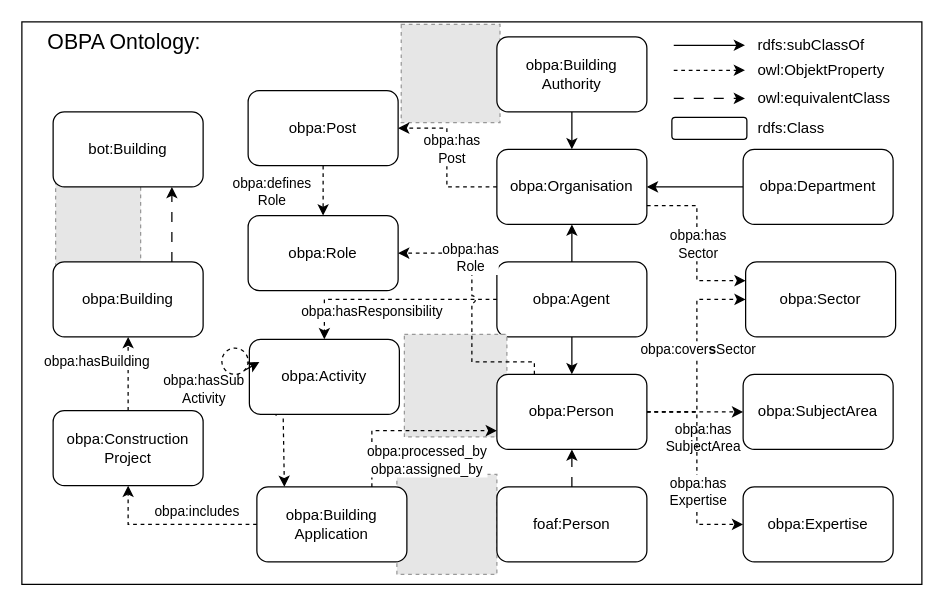
Earlier version of the draw.io diagram page "Seite-3" (3 of 3) of OBPA-Diagrams/OBPA_Overview.drawio (SebSeis/OBPA). Source tidied: cells renumbered, new cells numbered last; positions are measured from the earlier drawing's top-left corner, leaving out a move shared by most shapes. Both pictures are drawn from the tidied source at 125%, with x=0, y=0 at pixel (21, 21). Pictures stored in the file or linked from it are replaced by grey dashed boxes.
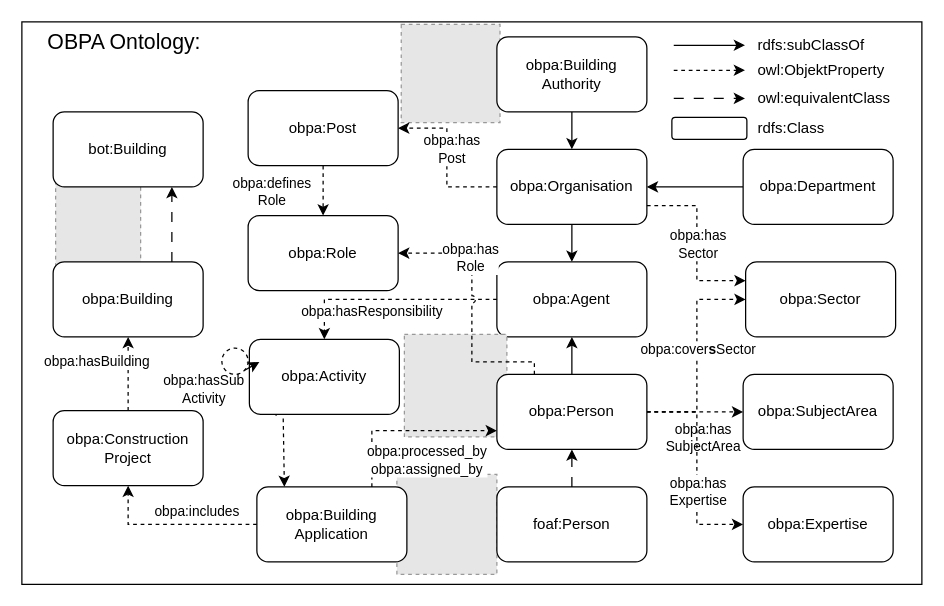
The same diagram, later.

Unchanged cells that the change refers to:
```xml
<mxCell id="7" value="obpa:Agent" style="rounded=1;whiteSpace=wrap;html=1;" parent="1" vertex="1">
  <mxGeometry x="380" y="192" width="120" height="60" as="geometry" />
</mxCell>
<mxCell id="32" value="obpa:Organisation" style="rounded=1;whiteSpace=wrap;html=1;" parent="1" vertex="1">
  <mxGeometry x="380" y="102" width="120" height="60" as="geometry" />
</mxCell>
<mxCell id="56" value="obpa:Person" style="rounded=1;whiteSpace=wrap;html=1;" parent="1" vertex="1">
  <mxGeometry x="380" y="282" width="120" height="60" as="geometry" />
</mxCell>
```

Change to the diagram source:
```diff
@@
-    <mxCell id="9" style="endArrow=classic;html=1;rounded=0;exitX=0.5;exitY=1;exitDx=0;exitDy=0;" parent="1" edge="1" source="7" target="56">
+    <mxCell id="9" style="endArrow=classic;html=1;rounded=0;entryX=0.5;entryY=1;entryDx=0;entryDy=0;" parent="1" edge="1" source="56" target="7">
       <mxGeometry relative="1" as="geometry" />
     </mxCell>
@@
-    <mxCell id="33" style="endArrow=classic;html=1;rounded=0;exitX=0.5;exitY=0;exitDx=0;exitDy=0;entryX=0.5;entryY=1;entryDx=0;entryDy=0;" parent="1" edge="1" source="7" target="32">
+    <mxCell id="33" style="endArrow=classic;html=1;rounded=0;entryX=0.5;entryY=0;entryDx=0;entryDy=0;exitX=0.5;exitY=1;exitDx=0;exitDy=0;" parent="1" edge="1" source="32" target="7">
       <mxGeometry relative="1" as="geometry" />
     </mxCell>
```
